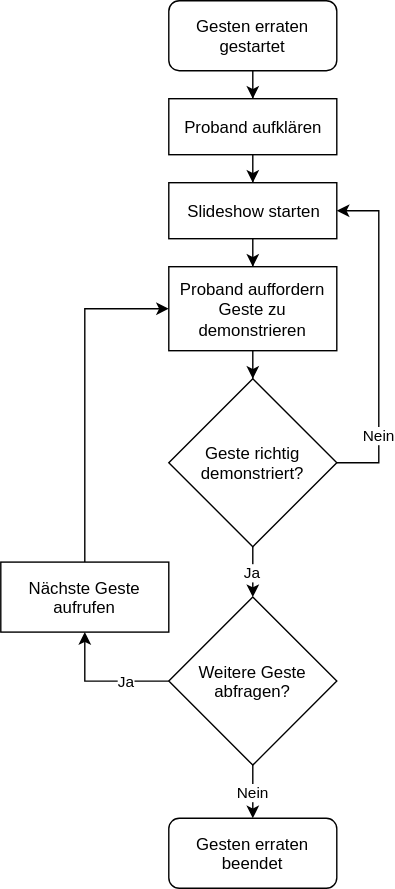
This is img/de/introduction/study-preview/gesture-slideshow.svg from danielkuenkel/gesturenote, a draw.io export, as it was before one commit. Source tidied: cells renumbered, new cells last; positions are measured from the earlier drawing's top-left corner, leaving out a move shared by most shapes.
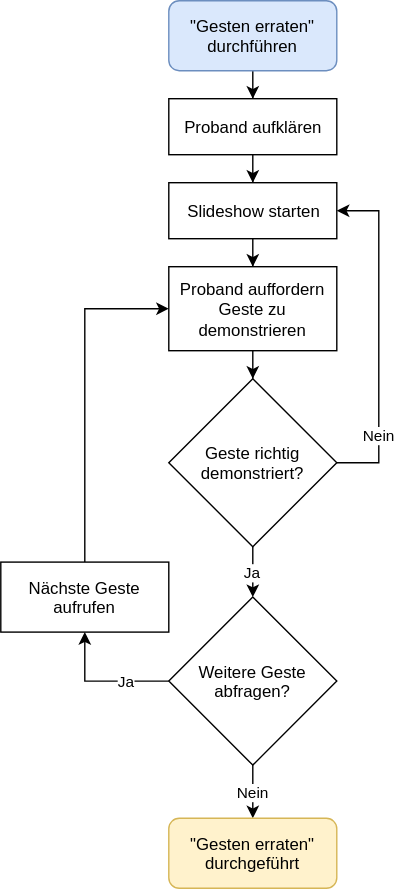
After the commit.

What changed in the source:
```diff
@@ -5,7 +5,7 @@
     <mxCell id="2" style="edgeStyle=orthogonalEdgeStyle;rounded=0;comic=0;html=1;entryX=0.5;entryY=0;shadow=0;jettySize=auto;" parent="1" edge="1" source="3" target="5">
       <mxGeometry relative="1" as="geometry" />
     </mxCell>
-    <mxCell id="3" value="Gesten erraten gestartet" style="rounded=1;whiteSpace=wrap;html=1;" parent="1" vertex="1">
+    <mxCell id="3" value="&quot;Gesten erraten&quot; durchführen" style="rounded=1;whiteSpace=wrap;html=1;fillColor=#dae8fc;strokeColor=#6c8ebf;" parent="1" vertex="1">
       <mxGeometry x="120" width="120" height="50" as="geometry" />
     </mxCell>
     <mxCell id="4" style="edgeStyle=orthogonalEdgeStyle;rounded=0;comic=0;html=1;entryX=0.5;entryY=0;shadow=0;jettySize=auto;" parent="1" edge="1" source="5" target="7">
@@ -50,7 +50,7 @@
     <mxCell id="15" value="Weitere Geste abfragen?" style="rhombus;whiteSpace=wrap;html=1;" parent="1" vertex="1">
       <mxGeometry x="120" y="426" width="120" height="120" as="geometry" />
     </mxCell>
-    <mxCell id="16" value="Gesten erraten beendet" style="rounded=1;whiteSpace=wrap;html=1;" parent="1" vertex="1">
+    <mxCell id="16" value="&quot;Gesten erraten&quot; durchgeführt" style="rounded=1;whiteSpace=wrap;html=1;fillColor=#fff2cc;strokeColor=#d6b656;" parent="1" vertex="1">
       <mxGeometry x="120" y="584" width="120" height="50" as="geometry" />
     </mxCell>
     <mxCell id="17" style="edgeStyle=orthogonalEdgeStyle;rounded=0;comic=0;html=1;exitX=0.5;exitY=0;entryX=0;entryY=0.5;shadow=0;jettySize=auto;" parent="1" edge="1" source="18" target="9">
```
